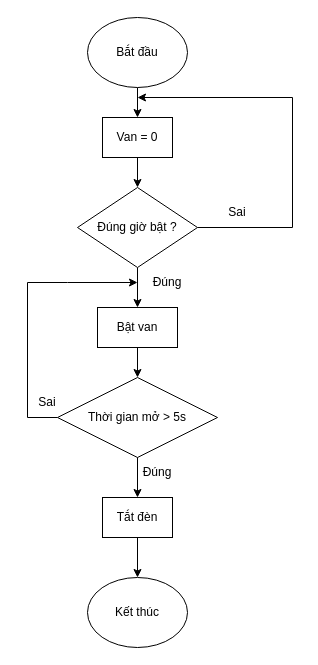
Earlier version of the draw.io diagram block_diagram/Cho_heo_an.drawio (imvietp/Final_Thesis). Source tidied: cells renumbered, new cells numbered last; positions are measured from the earlier drawing's top-left corner, leaving out a move shared by most shapes. Both pictures are drawn from the tidied source at 100%, with x=0, y=0 at pixel (17, 17).
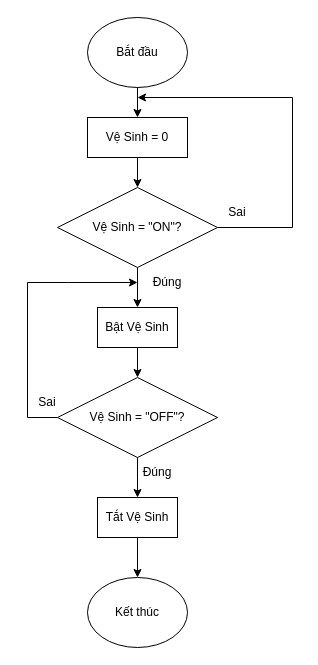
The same page after the edit.

What changed in the source:
```diff
@@
-    <mxCell id="6" value="Đúng giờ bật ?" style="rhombus;whiteSpace=wrap;html=1;" parent="1" vertex="1">
-      <mxGeometry x="60" y="170" width="120" height="80" as="geometry" />
+    <mxCell id="6" value="Vệ Sinh = &quot;ON&quot;?" style="rhombus;whiteSpace=wrap;html=1;" parent="1" vertex="1">
+      <mxGeometry x="40" y="170" width="160" height="80" as="geometry" />
     </mxCell>
@@
-    <mxCell id="10" value="Bật van" style="rounded=0;whiteSpace=wrap;html=1;" parent="1" vertex="1">
+    <mxCell id="10" value="Bật Vệ Sinh" style="rounded=0;whiteSpace=wrap;html=1;" parent="1" vertex="1">
       <mxGeometry x="80" y="290" width="80" height="40" as="geometry" />
     </mxCell>
-    <mxCell id="11" value="Thời gian mở &amp;gt; 5s" style="rhombus;whiteSpace=wrap;html=1;" parent="1" vertex="1">
+    <mxCell id="11" value="Vệ Sinh = &quot;OFF&quot;?" style="rhombus;whiteSpace=wrap;html=1;" parent="1" vertex="1">
       <mxGeometry x="40" y="360" width="160" height="80" as="geometry" />
     </mxCell>
@@
-    <mxCell id="14" value="Tắt đèn" style="rounded=0;whiteSpace=wrap;html=1;" parent="1" vertex="1">
-      <mxGeometry x="85" y="480" width="70" height="40" as="geometry" />
+    <mxCell id="14" value="Tắt Vệ Sinh" style="rounded=0;whiteSpace=wrap;html=1;" parent="1" vertex="1">
+      <mxGeometry x="80" y="480" width="80" height="40" as="geometry" />
     </mxCell>
@@
-    <mxCell id="20" value="Van = 0" style="rounded=0;whiteSpace=wrap;html=1;" parent="1" vertex="1">
-      <mxGeometry x="85" y="100" width="70" height="40" as="geometry" />
+    <mxCell id="20" value="Vệ Sinh = 0" style="rounded=0;whiteSpace=wrap;html=1;" parent="1" vertex="1">
+      <mxGeometry x="70" y="100" width="100" height="40" as="geometry" />
     </mxCell>
```
